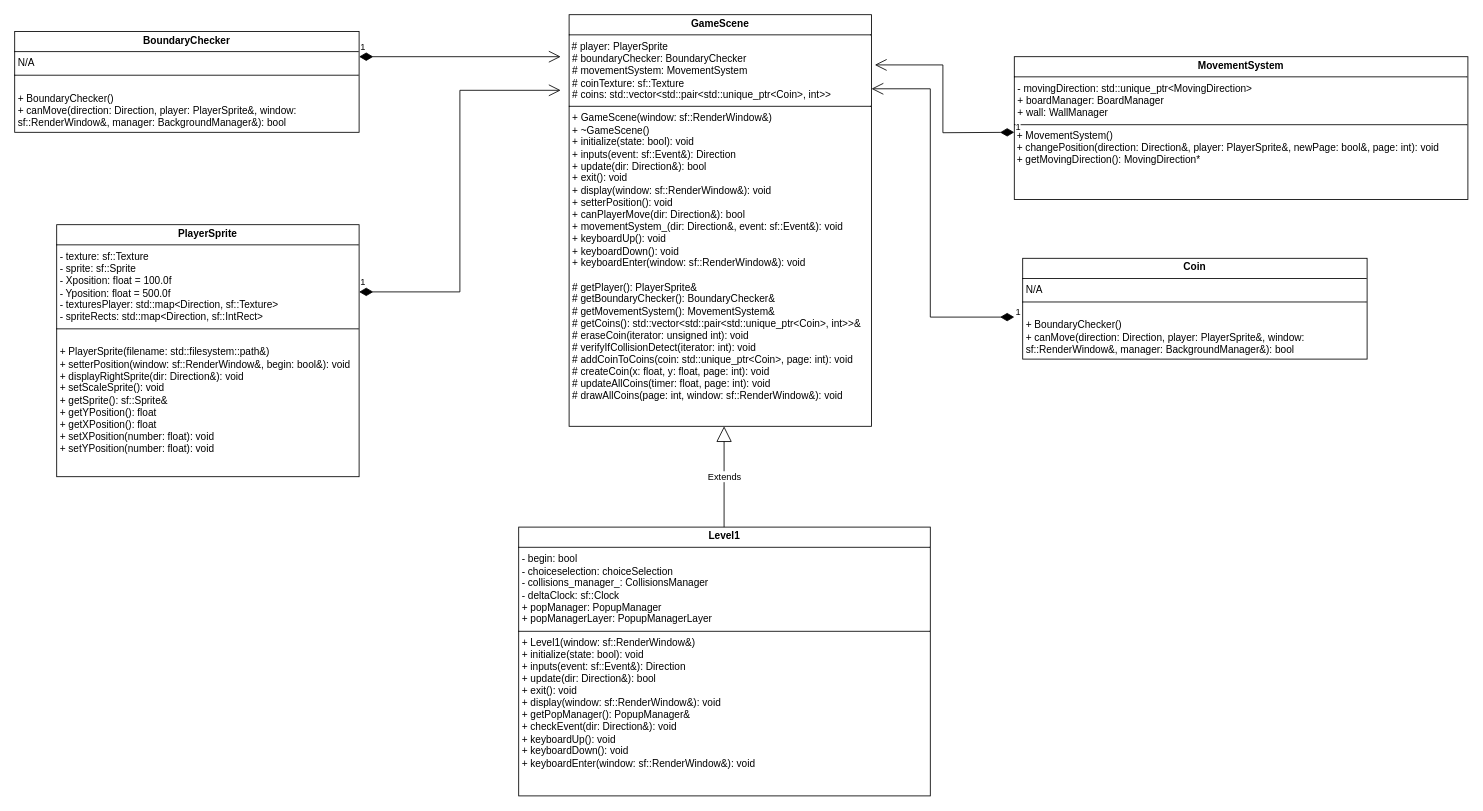
The draw.io diagram page "GameScene" (2 of 5) of Diagramme sans nom.drawio in Bird120/FlightToHFT, before the edit. Source tidied: cells renumbered, new cells numbered last; positions are measured from the earlier drawing's top-left corner, leaving out a move shared by most shapes. Both pictures are drawn from the tidied source at 84%, with x=0, y=0 at pixel (14, 14).
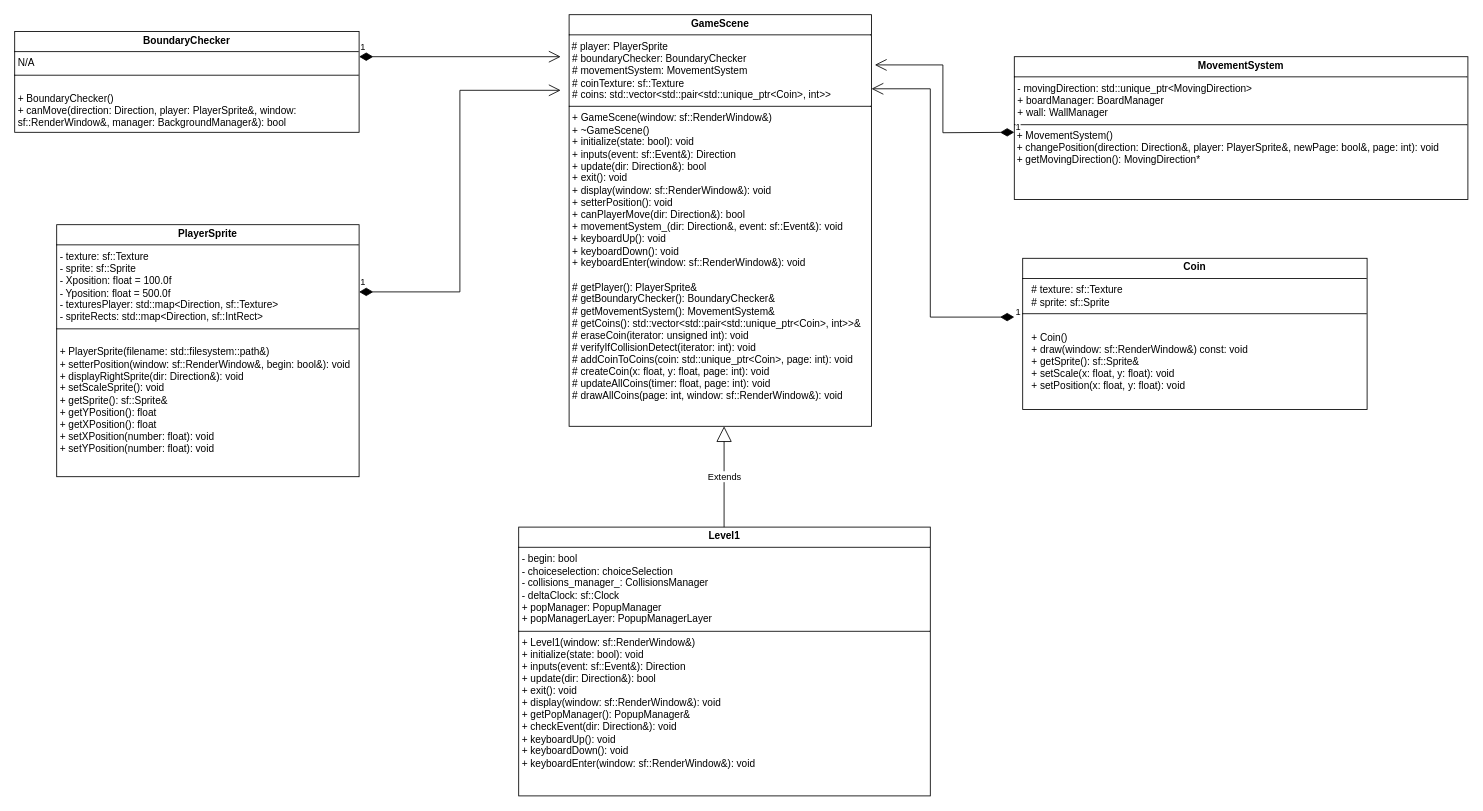
The same page after the edit.

Diff of the diagram source:
```diff
@@
-    <mxCell id="12" value="&lt;p style=&quot;margin:0px;margin-top:4px;text-align:center;&quot;&gt;&lt;b&gt;Coin&lt;/b&gt;&lt;/p&gt;&lt;hr size=&quot;1&quot; style=&quot;border-style:solid;&quot;&gt;&lt;p style=&quot;margin:0px;margin-left:4px;&quot;&gt;N/A&lt;/p&gt;&lt;hr size=&quot;1&quot; style=&quot;border-style:solid;&quot;&gt;&lt;br&gt;&lt;p style=&quot;margin:0px;margin-left:4px;&quot;&gt;+ BoundaryChecker()&lt;br&gt;+ canMove(direction: Direction, player: PlayerSprite&amp;amp;, window: sf::RenderWindow&amp;amp;, manager: BackgroundManager&amp;amp;): bool&amp;nbsp;&lt;br&gt;&lt;br&gt;&lt;/p&gt;" style="verticalAlign=top;align=left;overflow=fill;html=1;whiteSpace=wrap;" parent="1" vertex="1">
-      <mxGeometry x="1200" y="290" width="410" height="120" as="geometry" />
+    <mxCell id="12" value="&lt;p style=&quot;margin:0px;margin-top:4px;text-align:center;&quot;&gt;&lt;b&gt;Coin&lt;/b&gt;&lt;/p&gt;&lt;hr size=&quot;1&quot; style=&quot;border-style:solid;&quot;&gt;&lt;p style=&quot;margin:0px;margin-left:4px;&quot;&gt;&amp;nbsp; # texture: sf::Texture&lt;br&gt;&amp;nbsp; # sprite: sf::Sprite&lt;/p&gt;&lt;hr size=&quot;1&quot; style=&quot;border-style:solid;&quot;&gt;&lt;br&gt;&lt;p style=&quot;margin:0px;margin-left:4px;&quot;&gt;&amp;nbsp; + Coin()&lt;br&gt;&amp;nbsp; + draw(window: sf::RenderWindow&amp;amp;) const: void&lt;br&gt;&amp;nbsp; + getSprite(): sf::Sprite&amp;amp;&lt;br&gt;&amp;nbsp; + setScale(x: float, y: float): void&lt;br&gt;&amp;nbsp; + setPosition(x: float, y: float): void&lt;/p&gt;" style="verticalAlign=top;align=left;overflow=fill;html=1;whiteSpace=wrap;" parent="1" vertex="1">
+      <mxGeometry x="1200" y="290" width="410" height="180" as="geometry" />
     </mxCell>
```
